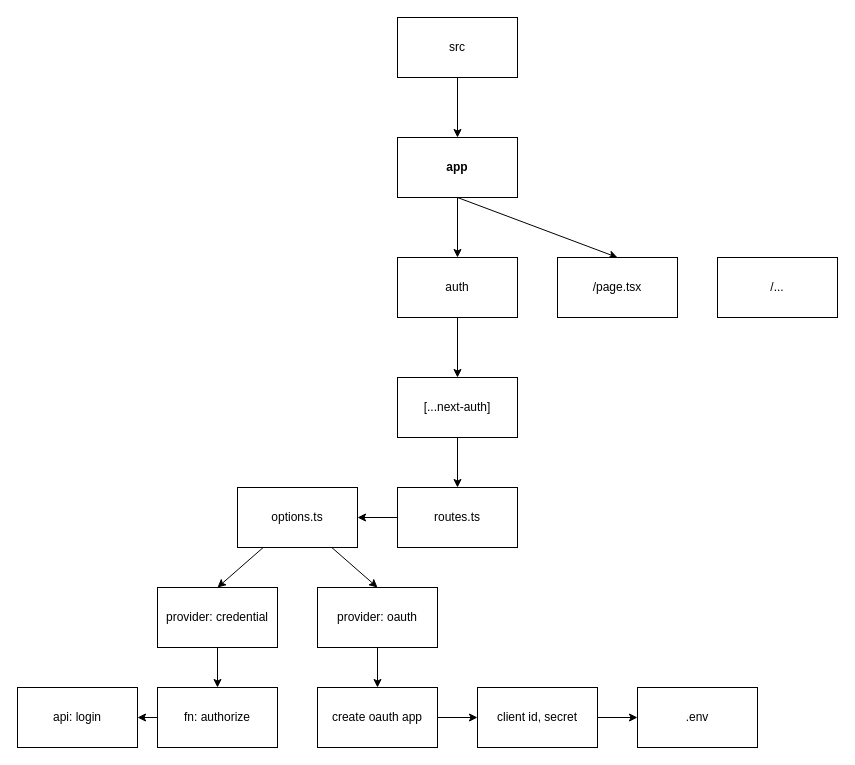
Above: next06-next-auth/README.drawio in roylee0704/hello-next13 (draw.io), before the change. Source tidied: cells renumbered, new cells numbered last; positions are measured from the earlier drawing's top-left corner, leaving out a move shared by most shapes. Both pictures are drawn from the tidied source at 100%, with x=0, y=0 at pixel (17, 17).
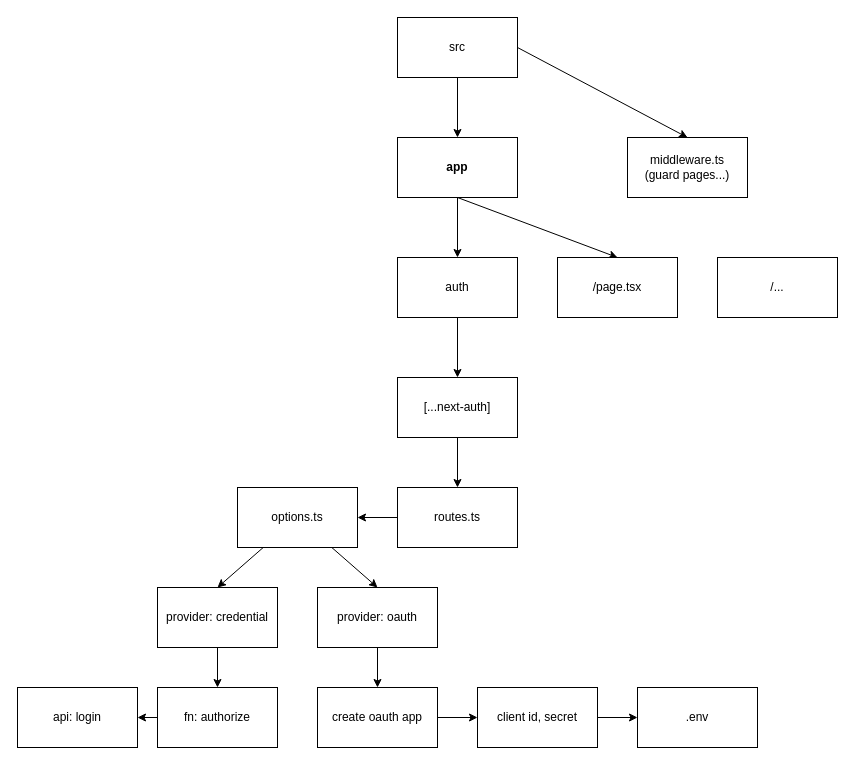
The same page after the edit.

Unchanged cells that the change refers to:
```xml
<mxCell id="3" value="src" style="rounded=0;whiteSpace=wrap;html=1;fontStyle=0;" parent="1" vertex="1">
  <mxGeometry x="380" width="120" height="60" as="geometry" />
</mxCell>
```

What changed in the source:
```diff
@@
+    <mxCell id="30" style="edgeStyle=none;html=1;entryX=0.5;entryY=0;entryDx=0;entryDy=0;exitX=1;exitY=0.5;exitDx=0;exitDy=0;" parent="1" edge="1" source="3" target="31">
+      <mxGeometry relative="1" as="geometry" />
+    </mxCell>
@@
+    <mxCell id="31" value="middleware.ts&lt;br&gt;(guard pages...)" style="rounded=0;whiteSpace=wrap;html=1;fontStyle=0;" parent="1" vertex="1">
+      <mxGeometry x="610" y="120" width="120" height="60" as="geometry" />
+    </mxCell>
```
